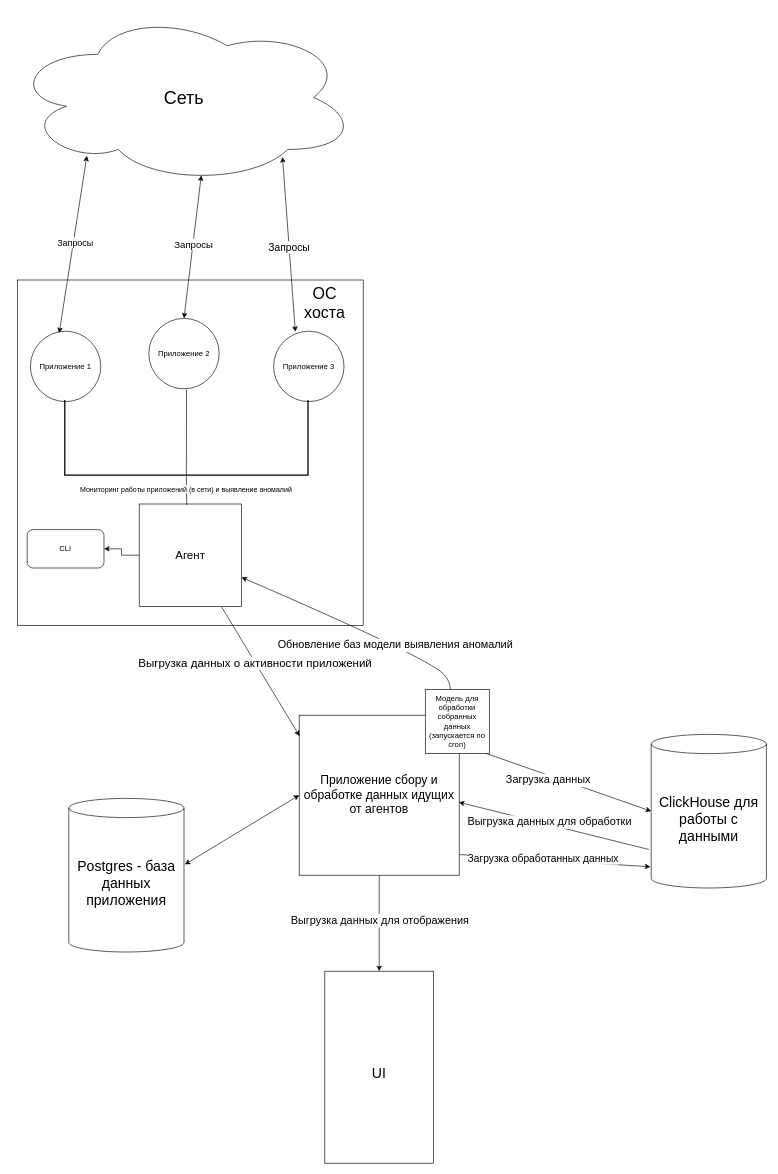
Earlier version of the draw.io diagram project-description/diagrams/acrh.drawio (517ANT39/search-and-detection-botnets). Source tidied: cells renumbered, new cells numbered last; positions are measured from the earlier drawing's top-left corner, leaving out a move shared by most shapes. Both pictures are drawn from the tidied source at 64%, with x=0, y=0 at pixel (11, 11).
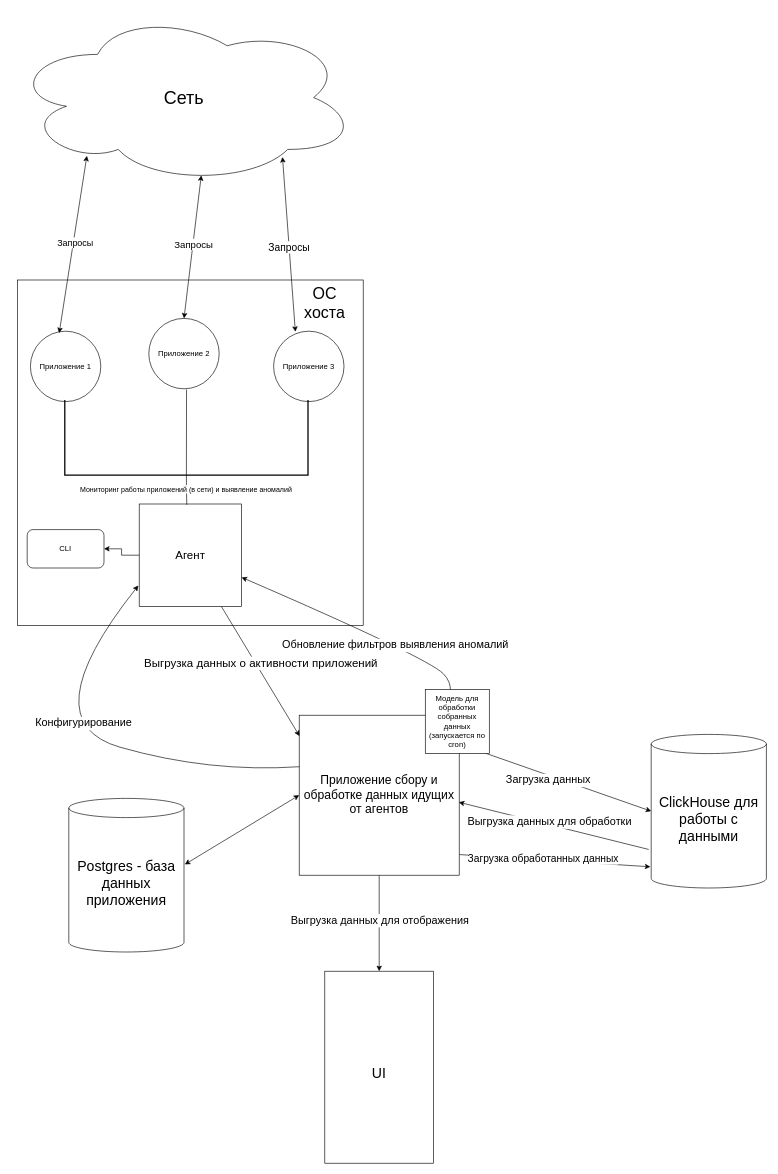
The same diagram, later.

Commit message:
[docs]: Изменил функции "сборщика" данных

Unchanged cells that the change refers to:
```xml
<mxCell id="7" value="&lt;font style=&quot;border-color: var(--border-color); font-size: 18px;&quot;&gt;Агент&lt;/font&gt;" style="whiteSpace=wrap;html=1;" parent="1" vertex="1">
  <mxGeometry x="200" y="770" width="160" height="160" as="geometry" />
</mxCell>
<mxCell id="22" value="&lt;font style=&quot;font-size: 19px;&quot;&gt;Приложение сбору и обработке данных идущих от агентов&lt;/font&gt;" style="whiteSpace=wrap;html=1;" parent="1" vertex="1">
  <mxGeometry x="450" y="1100" width="250" height="250" as="geometry" />
</mxCell>
<mxCell id="26" style="endArrow=classic;html=1;rounded=0;entryX=0.002;entryY=0.13;entryDx=0;entryDy=0;entryPerimeter=0;" parent="1" edge="1" source="7" target="22">
  <mxGeometry relative="1" as="geometry" />
</mxCell>
<mxCell id="32" style="curved=1;endArrow=classic;html=1;rounded=0;" parent="1" edge="1" source="22" target="7">
  <mxGeometry relative="1" as="geometry">
    <Array as="points">
      <mxPoint x="700" y="1060" />
      <mxPoint x="650" y="1010" />
    </Array>
  </mxGeometry>
</mxCell>
```

Diff of the diagram source:
```diff
@@
     <mxCell id="27" value="&lt;font style=&quot;font-size: 18px;&quot;&gt;Выгрузка данных о активности приложений&lt;/font&gt;" style="edgeLabel;html=1;align=center;verticalAlign=middle;fontSize=18;" parent="26" vertex="1">
       <mxGeometry x="-0.13" relative="1" as="geometry">
-        <mxPoint x="-1" as="offset" />
+        <mxPoint x="8" as="offset" />
       </mxGeometry>
     </mxCell>
@@
-    <mxCell id="33" value="&lt;font style=&quot;font-size: 17px;&quot;&gt;Обновление баз модели выявления аномалий&lt;/font&gt;" style="edgeLabel;html=1;align=center;verticalAlign=middle;" parent="32" vertex="1">
+    <mxCell id="33" value="&lt;font style=&quot;font-size: 17px;&quot;&gt;Обновление фильтров выявления аномалий&lt;/font&gt;" style="edgeLabel;html=1;align=center;verticalAlign=middle;" parent="32" vertex="1">
       <mxGeometry x="-0.2" y="3" relative="1" as="geometry">
         <mxPoint y="-1" as="offset" />
       </mxGeometry>
     </mxCell>
@@
+    <mxCell id="41" style="curved=1;endArrow=classic;html=1;rounded=0;exitX=0.001;exitY=0.322;exitDx=0;exitDy=0;exitPerimeter=0;entryX=-0.008;entryY=0.796;entryDx=0;entryDy=0;entryPerimeter=0;" parent="1" edge="1" source="22" target="7">
+      <mxGeometry relative="1" as="geometry">
+        <Array as="points">
+          <mxPoint x="310" y="1190" />
+          <mxPoint x="30" y="1110" />
+        </Array>
+      </mxGeometry>
+    </mxCell>
+    <mxCell id="42" value="&lt;font style=&quot;font-size: 17px;&quot;&gt;Конфигурирование&lt;/font&gt;" style="edgeLabel;html=1;align=center;verticalAlign=middle;" parent="41" vertex="1">
+      <mxGeometry y="-20" relative="1" as="geometry" />
+    </mxCell>
```
